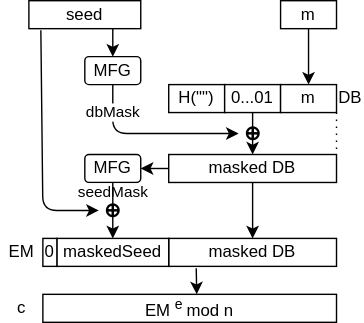
herumi/lecture-crypto keeps this draw.io diagram as images/lec-rsa-oaep-enc.drawio.svg. Above is the earlier version. Source tidied: cells renumbered, new cells last; positions are measured from the earlier drawing's top-left corner, leaving out a move shared by most shapes.
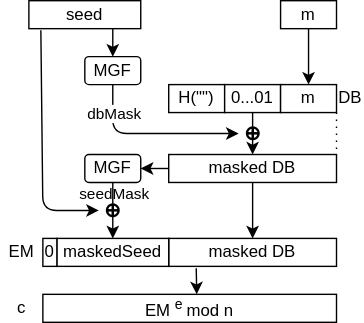
After the commit.

Diff of the diagram source:
```diff
@@ -45,7 +45,7 @@
         <mxPoint x="-3" y="-14" as="offset" />
       </mxGeometry>
     </mxCell>
-    <mxCell id="13" value="MFG" style="rounded=1;whiteSpace=wrap;html=1;" parent="1" vertex="1">
+    <mxCell id="13" value="MGF" style="rounded=1;whiteSpace=wrap;html=1;" parent="1" vertex="1">
       <mxGeometry x="60" y="40" width="40" height="20" as="geometry" />
     </mxCell>
     <mxCell id="14" style="edgeStyle=none;html=1;entryX=1;entryY=0;entryDx=0;entryDy=0;endArrow=none;endFill=0;dashed=1;dashPattern=1 4;exitX=1;exitY=1;exitDx=0;exitDy=0;" parent="1" edge="1" source="7" target="10">
@@ -72,7 +72,7 @@
     <mxCell id="21" value="c" style="text;html=1;align=center;verticalAlign=middle;whiteSpace=wrap;rounded=0;" parent="1" vertex="1">
       <mxGeometry y="210" width="30" height="20" as="geometry" />
     </mxCell>
-    <mxCell id="22" value="MFG" style="rounded=1;whiteSpace=wrap;html=1;" parent="1" vertex="1">
+    <mxCell id="22" value="MGF" style="rounded=1;whiteSpace=wrap;html=1;" parent="1" vertex="1">
       <mxGeometry x="60" y="110" width="40" height="20" as="geometry" />
     </mxCell>
     <mxCell id="23" style="edgeStyle=none;html=1;exitX=0.5;exitY=1;exitDx=0;exitDy=0;entryX=0.5;entryY=0;entryDx=0;entryDy=0;" parent="1" edge="1" source="24" target="7">
```
